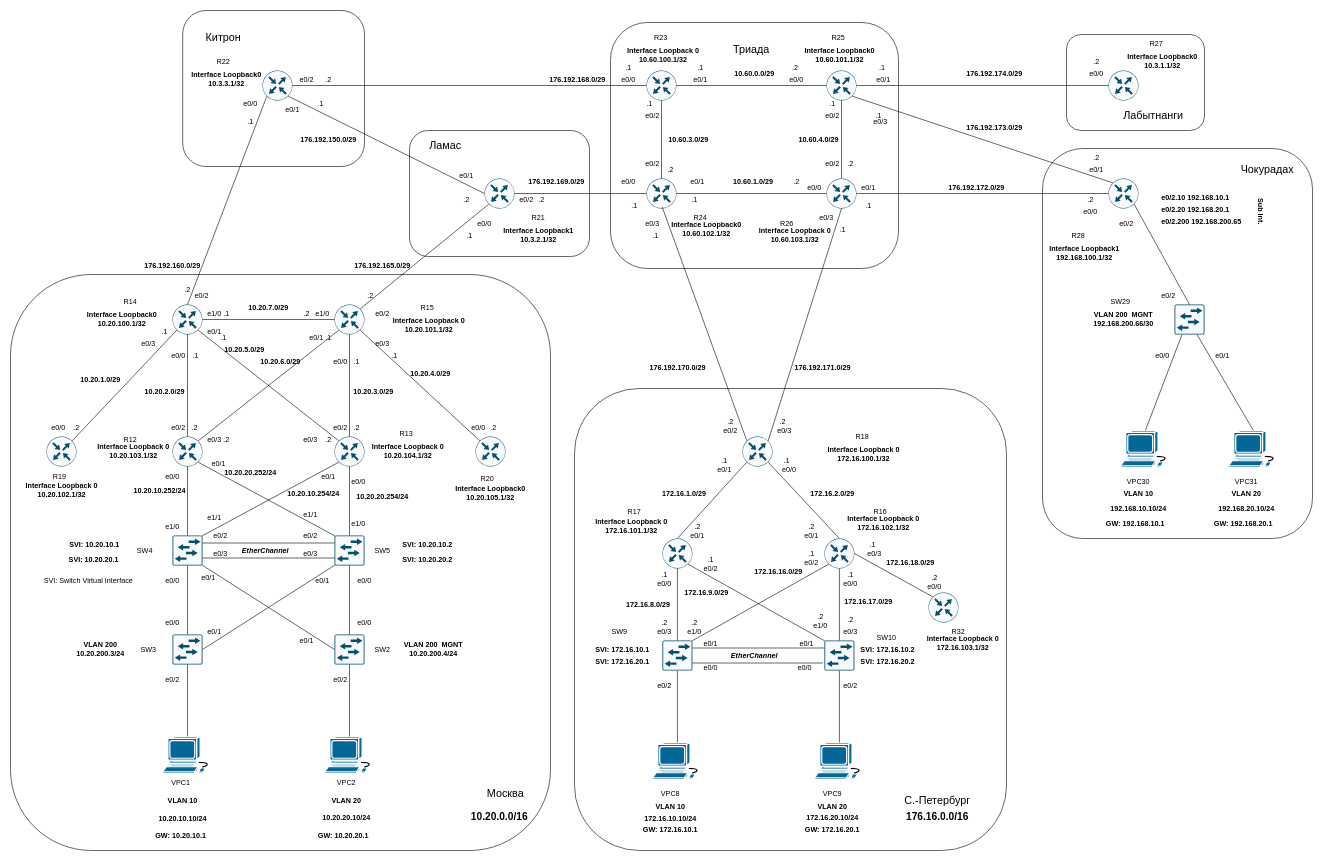
Above: page "Basic IP plan" (1 of 5) of Lab04.drawio in fueller-max/drawio (draw.io), before the change. Source tidied: cells renumbered, new cells numbered last; positions are measured from the earlier drawing's top-left corner, leaving out a move shared by most shapes. Both pictures are drawn from the tidied source at 60%, with x=0, y=0 at pixel (10, 10).
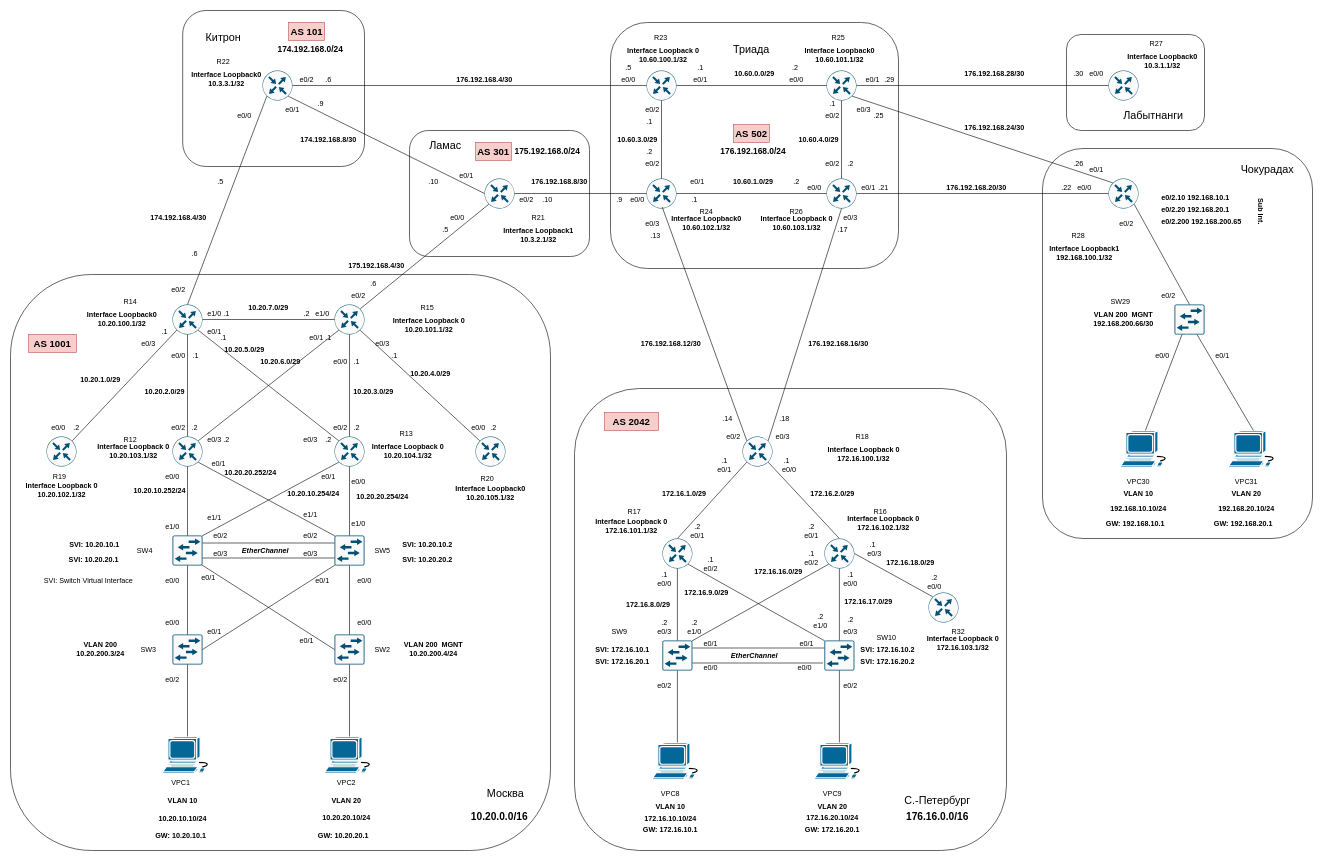
The same page after the edit.

What changed in the source:
```diff
@@
+    <mxCell id="7" style="rounded=1;whiteSpace=wrap;html=1;fillColor=none;" parent="1" vertex="1">
+      <mxGeometry x="665" y="200" width="300" height="210" as="geometry" />
+    </mxCell>
@@
-    <mxCell id="7" style="rounded=1;whiteSpace=wrap;html=1;fillColor=none;" parent="1" vertex="1">
-      <mxGeometry x="665" y="200" width="300" height="210" as="geometry" />
-    </mxCell>
@@
     <mxCell id="102" value="R24" style="text;html=1;align=center;verticalAlign=middle;whiteSpace=wrap;rounded=0;" parent="1" vertex="1">
-      <mxGeometry x="1120" y="330" width="60" height="30" as="geometry" />
+      <mxGeometry x="1130" y="320" width="60" height="30" as="geometry" />
     </mxCell>
     <mxCell id="103" value="R26" style="text;html=1;align=center;verticalAlign=middle;whiteSpace=wrap;rounded=0;" parent="1" vertex="1">
-      <mxGeometry x="1264" y="340" width="60" height="30" as="geometry" />
+      <mxGeometry x="1280" y="320" width="60" height="30" as="geometry" />
     </mxCell>
@@
     <mxCell id="120" value="e0/0" style="text;html=1;align=center;verticalAlign=middle;whiteSpace=wrap;rounded=0;" parent="1" vertex="1">
-      <mxGeometry x="370" y="140" width="60" height="30" as="geometry" />
+      <mxGeometry x="360" y="160" width="60" height="30" as="geometry" />
     </mxCell>
@@
     <mxCell id="123" value="e0/0" style="text;html=1;align=center;verticalAlign=middle;whiteSpace=wrap;rounded=0;" parent="1" vertex="1">
-      <mxGeometry x="760" y="340" width="60" height="30" as="geometry" />
+      <mxGeometry x="715" y="330" width="60" height="30" as="geometry" />
     </mxCell>
@@
     <mxCell id="127" value="e0/0" style="text;html=1;align=center;verticalAlign=middle;whiteSpace=wrap;rounded=0;" parent="1" vertex="1">
-      <mxGeometry x="1000" y="270" width="60" height="30" as="geometry" />
+      <mxGeometry x="1015" y="300" width="60" height="30" as="geometry" />
     </mxCell>
@@
     <mxCell id="133" value="e0/2" style="text;html=1;align=center;verticalAlign=middle;whiteSpace=wrap;rounded=0;" parent="1" vertex="1">
-      <mxGeometry x="1040" y="160" width="60" height="30" as="geometry" />
+      <mxGeometry x="1040" y="150" width="60" height="30" as="geometry" />
     </mxCell>
     <mxCell id="134" value="e0/3" style="text;html=1;align=center;verticalAlign=middle;whiteSpace=wrap;rounded=0;" parent="1" vertex="1">
-      <mxGeometry x="1420" y="170" width="60" height="30" as="geometry" />
+      <mxGeometry x="1392" y="150" width="60" height="30" as="geometry" />
     </mxCell>
@@
     <mxCell id="136" value="e0/1" style="text;html=1;align=center;verticalAlign=middle;whiteSpace=wrap;rounded=0;" parent="1" vertex="1">
-      <mxGeometry x="1425" y="100" width="60" height="30" as="geometry" />
+      <mxGeometry x="1406.5" y="100" width="60" height="30" as="geometry" />
     </mxCell>
@@
     <mxCell id="138" value="e0/3" style="text;html=1;align=center;verticalAlign=middle;whiteSpace=wrap;rounded=0;" parent="1" vertex="1">
-      <mxGeometry x="1330" y="330" width="60" height="30" as="geometry" />
+      <mxGeometry x="1370" y="330" width="60" height="30" as="geometry" />
     </mxCell>
@@
     <mxCell id="147" value="e0/0" style="text;html=1;align=center;verticalAlign=middle;whiteSpace=wrap;rounded=0;" parent="1" vertex="1">
-      <mxGeometry x="1770" y="320" width="60" height="30" as="geometry" />
+      <mxGeometry x="1760" y="280" width="60" height="30" as="geometry" />
     </mxCell>
@@
     <mxCell id="157" value="e0/2" style="text;html=1;align=center;verticalAlign=middle;whiteSpace=wrap;rounded=0;" parent="1" vertex="1">
-      <mxGeometry x="1170" y="686" width="60" height="30" as="geometry" />
+      <mxGeometry x="1175" y="695" width="60" height="30" as="geometry" />
     </mxCell>
     <mxCell id="158" value="e0/3" style="text;html=1;align=center;verticalAlign=middle;whiteSpace=wrap;rounded=0;" parent="1" vertex="1">
-      <mxGeometry x="1260" y="686" width="60" height="30" as="geometry" />
+      <mxGeometry x="1256.5" y="695" width="60" height="30" as="geometry" />
     </mxCell>
@@
     <mxCell id="187" value="e0/2" style="text;html=1;align=center;verticalAlign=middle;whiteSpace=wrap;rounded=0;" parent="1" vertex="1">
-      <mxGeometry x="288.5" y="460" width="60" height="30" as="geometry" />
+      <mxGeometry x="250" y="450" width="60" height="30" as="geometry" />
     </mxCell>
@@
     <mxCell id="197" value="e0/2" style="text;html=1;align=center;verticalAlign=middle;whiteSpace=wrap;rounded=0;" parent="1" vertex="1">
-      <mxGeometry x="590" y="490" width="60" height="30" as="geometry" />
+      <mxGeometry x="550" y="460" width="60" height="30" as="geometry" />
     </mxCell>
@@
-    <mxCell id="225" value="176.192.172.0/29" style="text;html=1;align=center;verticalAlign=middle;whiteSpace=wrap;rounded=0;rotation=0;fontStyle=1;" parent="1" vertex="1">
+    <mxCell id="225" value="176.192.168.20/30" style="text;html=1;align=center;verticalAlign=middle;whiteSpace=wrap;rounded=0;rotation=0;fontStyle=1;" parent="1" vertex="1">
       <mxGeometry x="1580" y="280" width="60" height="30" as="geometry" />
     </mxCell>
-    <mxCell id="226" value="176.192.173.0/29" style="text;html=1;align=center;verticalAlign=middle;whiteSpace=wrap;rounded=0;rotation=0;fontStyle=1;" parent="1" vertex="1">
+    <mxCell id="226" value="176.192.168.24/30" style="text;html=1;align=center;verticalAlign=middle;whiteSpace=wrap;rounded=0;rotation=0;fontStyle=1;" parent="1" vertex="1">
       <mxGeometry x="1610" y="180" width="60" height="30" as="geometry" />
     </mxCell>
@@
     <mxCell id="229" value="10.60.3.0/29" style="text;html=1;align=center;verticalAlign=middle;whiteSpace=wrap;rounded=0;rotation=0;fontStyle=1;" parent="1" vertex="1">
-      <mxGeometry x="1100" y="200" width="60" height="30" as="geometry" />
+      <mxGeometry x="1015" y="200" width="60" height="30" as="geometry" />
     </mxCell>
@@
-    <mxCell id="231" value="176.192.170.0/29" style="text;html=1;align=center;verticalAlign=middle;whiteSpace=wrap;rounded=0;rotation=0;fontStyle=1;" parent="1" vertex="1">
-      <mxGeometry x="1081.5" y="580" width="60" height="30" as="geometry" />
+    <mxCell id="231" value="176.192.168.12/30" style="text;html=1;align=center;verticalAlign=middle;whiteSpace=wrap;rounded=0;rotation=0;fontStyle=1;" parent="1" vertex="1">
+      <mxGeometry x="1071" y="540" width="60" height="30" as="geometry" />
     </mxCell>
-    <mxCell id="232" value="176.192.171.0&lt;span style=&quot;background-color: initial;&quot;&gt;/29&lt;/span&gt;" style="text;html=1;align=center;verticalAlign=middle;whiteSpace=wrap;rounded=0;rotation=0;fontStyle=1;" parent="1" vertex="1">
-      <mxGeometry x="1324" y="580" width="60" height="30" as="geometry" />
+    <mxCell id="232" value="176.192.168.16&lt;span style=&quot;background-color: initial;&quot;&gt;/30&lt;/span&gt;" style="text;html=1;align=center;verticalAlign=middle;whiteSpace=wrap;rounded=0;rotation=0;fontStyle=1;" parent="1" vertex="1">
+      <mxGeometry x="1350" y="540" width="60" height="30" as="geometry" />
     </mxCell>
-    <mxCell id="233" value="176.192.168.0/29" style="text;html=1;align=center;verticalAlign=middle;whiteSpace=wrap;rounded=0;rotation=0;fontStyle=1;" parent="1" vertex="1">
-      <mxGeometry x="915" y="100" width="60" height="30" as="geometry" />
+    <mxCell id="233" value="176.192.168.4/30" style="text;html=1;align=center;verticalAlign=middle;whiteSpace=wrap;rounded=0;rotation=0;fontStyle=1;" parent="1" vertex="1">
+      <mxGeometry x="760" y="100" width="60" height="30" as="geometry" />
     </mxCell>
-    <mxCell id="234" value="176.192.169.0/29" style="text;html=1;align=center;verticalAlign=middle;whiteSpace=wrap;rounded=0;rotation=0;fontStyle=1;" parent="1" vertex="1">
-      <mxGeometry x="880" y="270" width="60" height="30" as="geometry" />
-    </mxCell>
-    <mxCell id="235" value="176.192.174.0/29" style="text;html=1;align=center;verticalAlign=middle;whiteSpace=wrap;rounded=0;rotation=0;fontStyle=1;" parent="1" vertex="1">
+    <mxCell id="235" value="176.192.168.28/30" style="text;html=1;align=center;verticalAlign=middle;whiteSpace=wrap;rounded=0;rotation=0;fontStyle=1;" parent="1" vertex="1">
       <mxGeometry x="1610" y="90" width="60" height="30" as="geometry" />
     </mxCell>
@@
-    <mxCell id="238" value="176.192.160.0/29" style="text;html=1;align=center;verticalAlign=middle;whiteSpace=wrap;rounded=0;rotation=0;fontStyle=1;" parent="1" vertex="1">
-      <mxGeometry x="240" y="410" width="60" height="30" as="geometry" />
+    <mxCell id="238" value="174.192.168.4/30" style="text;html=1;align=center;verticalAlign=middle;whiteSpace=wrap;rounded=0;rotation=0;fontStyle=1;" parent="1" vertex="1">
+      <mxGeometry x="250" y="330" width="60" height="30" as="geometry" />
     </mxCell>
-    <mxCell id="239" value="176.192.165.0/29" style="text;html=1;align=center;verticalAlign=middle;whiteSpace=wrap;rounded=0;rotation=0;fontStyle=1;" parent="1" vertex="1">
-      <mxGeometry x="590" y="410" width="60" height="30" as="geometry" />
+    <mxCell id="239" value="175.192.168.4/30" style="text;html=1;align=center;verticalAlign=middle;whiteSpace=wrap;rounded=0;rotation=0;fontStyle=1;" parent="1" vertex="1">
+      <mxGeometry x="580" y="410" width="60" height="30" as="geometry" />
     </mxCell>
@@
-    <mxCell id="246" value="176.192.150.0/29" style="text;html=1;align=center;verticalAlign=middle;whiteSpace=wrap;rounded=0;rotation=0;fontStyle=1;" parent="1" vertex="1">
+    <mxCell id="246" value="174.192.168.8/30" style="text;html=1;align=center;verticalAlign=middle;whiteSpace=wrap;rounded=0;rotation=0;fontStyle=1;" parent="1" vertex="1">
       <mxGeometry x="500" y="200" width="60" height="30" as="geometry" />
     </mxCell>
@@
     <mxCell id="261" value="Interface Loopback0&lt;div&gt;10.60.102.1/32&lt;/div&gt;" style="text;html=1;align=center;verticalAlign=middle;whiteSpace=wrap;rounded=0;fontStyle=1;" parent="1" vertex="1">
-      <mxGeometry x="1100" y="350" width="120" height="30" as="geometry" />
+      <mxGeometry x="1100" y="340" width="120" height="30" as="geometry" />
     </mxCell>
     <mxCell id="262" value="Interface Loopback 0&lt;div&gt;10.60.103.1/32&lt;/div&gt;" style="text;html=1;align=center;verticalAlign=middle;whiteSpace=wrap;rounded=0;fontStyle=1;" parent="1" vertex="1">
-      <mxGeometry x="1245" y="360" width="125" height="30" as="geometry" />
+      <mxGeometry x="1247.5" y="340" width="125" height="30" as="geometry" />
     </mxCell>
@@
-    <mxCell id="289" value=".2" style="text;html=1;align=center;verticalAlign=middle;whiteSpace=wrap;rounded=0;" parent="1" vertex="1">
-      <mxGeometry x="570" y="460" width="60" height="30" as="geometry" />
+    <mxCell id="289" value=".6" style="text;html=1;align=center;verticalAlign=middle;whiteSpace=wrap;rounded=0;" parent="1" vertex="1">
+      <mxGeometry x="575" y="440" width="60" height="30" as="geometry" />
     </mxCell>
@@
-    <mxCell id="298" value=".2" style="text;html=1;align=center;verticalAlign=middle;whiteSpace=wrap;rounded=0;" parent="1" vertex="1">
-      <mxGeometry x="1780" y="230" width="60" height="30" as="geometry" />
+    <mxCell id="298" value=".26" style="text;html=1;align=center;verticalAlign=middle;whiteSpace=wrap;rounded=0;" parent="1" vertex="1">
+      <mxGeometry x="1750" y="240" width="60" height="30" as="geometry" />
     </mxCell>
-    <mxCell id="299" value=".2" style="text;html=1;align=center;verticalAlign=middle;whiteSpace=wrap;rounded=0;" parent="1" vertex="1">
-      <mxGeometry x="1770" y="300" width="60" height="30" as="geometry" />
+    <mxCell id="299" value=".22" style="text;html=1;align=center;verticalAlign=middle;whiteSpace=wrap;rounded=0;" parent="1" vertex="1">
+      <mxGeometry x="1730" y="280" width="60" height="30" as="geometry" />
     </mxCell>
-    <mxCell id="300" value=".2" style="text;html=1;align=center;verticalAlign=middle;whiteSpace=wrap;rounded=0;" parent="1" vertex="1">
-      <mxGeometry x="265" y="450" width="60" height="30" as="geometry" />
+    <mxCell id="300" value=".6" style="text;html=1;align=center;verticalAlign=middle;whiteSpace=wrap;rounded=0;" parent="1" vertex="1">
+      <mxGeometry x="276.5" y="390" width="60" height="30" as="geometry" />
     </mxCell>
@@
     <mxCell id="313" value=".2" style="text;html=1;align=center;verticalAlign=middle;whiteSpace=wrap;rounded=0;" parent="1" vertex="1">
-      <mxGeometry x="1070" y="250" width="60" height="30" as="geometry" />
+      <mxGeometry x="1035" y="220" width="60" height="30" as="geometry" />
     </mxCell>
-    <mxCell id="314" value=".1" style="text;html=1;align=center;verticalAlign=middle;whiteSpace=wrap;rounded=0;" parent="1" vertex="1">
-      <mxGeometry x="735" y="360" width="60" height="30" as="geometry" />
+    <mxCell id="314" value=".5" style="text;html=1;align=center;verticalAlign=middle;whiteSpace=wrap;rounded=0;" parent="1" vertex="1">
+      <mxGeometry x="695" y="350" width="60" height="30" as="geometry" />
     </mxCell>
@@
     <mxCell id="318" value=".1" style="text;html=1;align=center;verticalAlign=middle;whiteSpace=wrap;rounded=0;" parent="1" vertex="1">
-      <mxGeometry x="1035" y="140" width="60" height="30" as="geometry" />
+      <mxGeometry x="1035" y="170" width="60" height="30" as="geometry" />
     </mxCell>
-    <mxCell id="319" value=".1" style="text;html=1;align=center;verticalAlign=middle;whiteSpace=wrap;rounded=0;" parent="1" vertex="1">
+    <mxCell id="319" value=".5" style="text;html=1;align=center;verticalAlign=middle;whiteSpace=wrap;rounded=0;" parent="1" vertex="1">
       <mxGeometry x="1000" y="80" width="60" height="30" as="geometry" />
     </mxCell>
@@
-    <mxCell id="322" value=".1" style="text;html=1;align=center;verticalAlign=middle;whiteSpace=wrap;rounded=0;" parent="1" vertex="1">
+    <mxCell id="322" value=".13" style="text;html=1;align=center;verticalAlign=middle;whiteSpace=wrap;rounded=0;" parent="1" vertex="1">
       <mxGeometry x="1045" y="360" width="60" height="30" as="geometry" />
     </mxCell>
-    <mxCell id="323" value=".1" style="text;html=1;align=center;verticalAlign=middle;whiteSpace=wrap;rounded=0;" parent="1" vertex="1">
+    <mxCell id="323" value=".17" style="text;html=1;align=center;verticalAlign=middle;whiteSpace=wrap;rounded=0;" parent="1" vertex="1">
       <mxGeometry x="1356.5" y="350" width="60" height="30" as="geometry" />
     </mxCell>
-    <mxCell id="324" value=".1" style="text;html=1;align=center;verticalAlign=middle;whiteSpace=wrap;rounded=0;" parent="1" vertex="1">
-      <mxGeometry x="1400" y="310" width="60" height="30" as="geometry" />
+    <mxCell id="324" value=".21" style="text;html=1;align=center;verticalAlign=middle;whiteSpace=wrap;rounded=0;" parent="1" vertex="1">
+      <mxGeometry x="1425" y="280" width="60" height="30" as="geometry" />
     </mxCell>
-    <mxCell id="325" value=".1" style="text;html=1;align=center;verticalAlign=middle;whiteSpace=wrap;rounded=0;" parent="1" vertex="1">
-      <mxGeometry x="1423" y="80" width="60" height="30" as="geometry" />
+    <mxCell id="325" value=".29" style="text;html=1;align=center;verticalAlign=middle;whiteSpace=wrap;rounded=0;" parent="1" vertex="1">
+      <mxGeometry x="1435" y="100" width="60" height="30" as="geometry" />
     </mxCell>
-    <mxCell id="326" value=".1" style="text;html=1;align=center;verticalAlign=middle;whiteSpace=wrap;rounded=0;" parent="1" vertex="1">
+    <mxCell id="326" value=".25" style="text;html=1;align=center;verticalAlign=middle;whiteSpace=wrap;rounded=0;" parent="1" vertex="1">
       <mxGeometry x="1416.5" y="160" width="60" height="30" as="geometry" />
     </mxCell>
@@
-    <mxCell id="328" value=".1" style="text;html=1;align=center;verticalAlign=middle;whiteSpace=wrap;rounded=0;" parent="1" vertex="1">
-      <mxGeometry x="1010" y="310" width="60" height="30" as="geometry" />
+    <mxCell id="328" value=".9" style="text;html=1;align=center;verticalAlign=middle;whiteSpace=wrap;rounded=0;" parent="1" vertex="1">
+      <mxGeometry x="985" y="300" width="60" height="30" as="geometry" />
     </mxCell>
-    <mxCell id="329" value=".2" style="text;html=1;align=center;verticalAlign=middle;whiteSpace=wrap;rounded=0;" parent="1" vertex="1">
-      <mxGeometry x="855" y="300" width="60" height="30" as="geometry" />
+    <mxCell id="329" value=".10" style="text;html=1;align=center;verticalAlign=middle;whiteSpace=wrap;rounded=0;" parent="1" vertex="1">
+      <mxGeometry x="865" y="300" width="60" height="30" as="geometry" />
     </mxCell>
-    <mxCell id="330" value=".2" style="text;html=1;align=center;verticalAlign=middle;whiteSpace=wrap;rounded=0;" parent="1" vertex="1">
-      <mxGeometry x="730" y="300" width="60" height="30" as="geometry" />
+    <mxCell id="330" value=".10" style="text;html=1;align=center;verticalAlign=middle;whiteSpace=wrap;rounded=0;" parent="1" vertex="1">
+      <mxGeometry x="675" y="270" width="60" height="30" as="geometry" />
     </mxCell>
-    <mxCell id="331" value=".1" style="text;html=1;align=center;verticalAlign=middle;whiteSpace=wrap;rounded=0;" parent="1" vertex="1">
+    <mxCell id="331" value=".9" style="text;html=1;align=center;verticalAlign=middle;whiteSpace=wrap;rounded=0;" parent="1" vertex="1">
       <mxGeometry x="486.5" y="140" width="60" height="30" as="geometry" />
     </mxCell>
-    <mxCell id="332" value=".2" style="text;html=1;align=center;verticalAlign=middle;whiteSpace=wrap;rounded=0;" parent="1" vertex="1">
+    <mxCell id="332" value=".6" style="text;html=1;align=center;verticalAlign=middle;whiteSpace=wrap;rounded=0;" parent="1" vertex="1">
       <mxGeometry x="500" y="100" width="60" height="30" as="geometry" />
     </mxCell>
-    <mxCell id="333" value=".1" style="text;html=1;align=center;verticalAlign=middle;whiteSpace=wrap;rounded=0;" parent="1" vertex="1">
-      <mxGeometry x="370" y="170" width="60" height="30" as="geometry" />
+    <mxCell id="333" value=".5" style="text;html=1;align=center;verticalAlign=middle;whiteSpace=wrap;rounded=0;" parent="1" vertex="1">
+      <mxGeometry x="320" y="270" width="60" height="30" as="geometry" />
     </mxCell>
@@
-    <mxCell id="348" value=".2" style="text;html=1;align=center;verticalAlign=middle;whiteSpace=wrap;rounded=0;" parent="1" vertex="1">
-      <mxGeometry x="1256.5" y="670" width="60" height="30" as="geometry" />
+    <mxCell id="348" value=".18" style="text;html=1;align=center;verticalAlign=middle;whiteSpace=wrap;rounded=0;" parent="1" vertex="1">
+      <mxGeometry x="1260" y="665" width="60" height="30" as="geometry" />
     </mxCell>
-    <mxCell id="349" value=".2" style="text;html=1;align=center;verticalAlign=middle;whiteSpace=wrap;rounded=0;" parent="1" vertex="1">
-      <mxGeometry x="1170" y="670" width="60" height="30" as="geometry" />
+    <mxCell id="349" value=".14" style="text;html=1;align=center;verticalAlign=middle;whiteSpace=wrap;rounded=0;" parent="1" vertex="1">
+      <mxGeometry x="1165" y="665" width="60" height="30" as="geometry" />
     </mxCell>
-    <mxCell id="350" value=".2" style="text;html=1;align=center;verticalAlign=middle;whiteSpace=wrap;rounded=0;" parent="1" vertex="1">
-      <mxGeometry x="1780" y="70" width="60" height="30" as="geometry" />
+    <mxCell id="350" value=".30" style="text;html=1;align=center;verticalAlign=middle;whiteSpace=wrap;rounded=0;" parent="1" vertex="1">
+      <mxGeometry x="1750" y="90" width="60" height="30" as="geometry" />
     </mxCell>
@@
+    <mxCell id="358" value="&lt;b&gt;&lt;font style=&quot;font-size: 16px;&quot;&gt;AS 301&lt;/font&gt;&lt;/b&gt;" style="text;html=1;align=center;verticalAlign=middle;whiteSpace=wrap;rounded=0;fillColor=#f8cecc;strokeColor=#b85450;" parent="1" vertex="1">
+      <mxGeometry x="775" y="220" width="60" height="30" as="geometry" />
+    </mxCell>
+    <mxCell id="359" value="&lt;b&gt;&lt;font style=&quot;font-size: 16px;&quot;&gt;AS 101&lt;/font&gt;&lt;/b&gt;" style="text;html=1;align=center;verticalAlign=middle;whiteSpace=wrap;rounded=0;fillColor=#f8cecc;strokeColor=#b85450;" parent="1" vertex="1">
+      <mxGeometry x="463.5" y="20" width="60" height="30" as="geometry" />
+    </mxCell>
+    <mxCell id="360" value="&lt;b&gt;&lt;font style=&quot;font-size: 16px;&quot;&gt;AS 502&lt;/font&gt;&lt;/b&gt;" style="text;html=1;align=center;verticalAlign=middle;whiteSpace=wrap;rounded=0;fillColor=#f8cecc;strokeColor=#b85450;" parent="1" vertex="1">
+      <mxGeometry x="1205" y="190" width="60" height="30" as="geometry" />
+    </mxCell>
+    <mxCell id="361" value="&lt;b&gt;&lt;font style=&quot;font-size: 16px;&quot;&gt;AS 2042&lt;/font&gt;&lt;/b&gt;" style="text;html=1;align=center;verticalAlign=middle;whiteSpace=wrap;rounded=0;fillColor=#f8cecc;strokeColor=#b85450;" parent="1" vertex="1">
+      <mxGeometry x="990" y="670" width="90" height="30" as="geometry" />
+    </mxCell>
+    <mxCell id="362" value="&lt;b&gt;&lt;font style=&quot;font-size: 16px;&quot;&gt;AS 1001&lt;/font&gt;&lt;/b&gt;" style="text;html=1;align=center;verticalAlign=middle;whiteSpace=wrap;rounded=0;fillColor=#f8cecc;strokeColor=#b85450;" parent="1" vertex="1">
+      <mxGeometry x="30" y="540" width="80" height="30" as="geometry" />
+    </mxCell>
+    <mxCell id="363" value="&lt;font style=&quot;font-size: 14px;&quot;&gt;176.192.168.0/24&lt;/font&gt;" style="text;html=1;align=center;verticalAlign=middle;whiteSpace=wrap;rounded=0;fontStyle=1;" parent="1" vertex="1">
+      <mxGeometry x="1208" y="220" width="60" height="30" as="geometry" />
+    </mxCell>
+    <mxCell id="364" value="&lt;font style=&quot;font-size: 14px;&quot;&gt;175.192.168.0/24&lt;/font&gt;" style="text;html=1;align=center;verticalAlign=middle;whiteSpace=wrap;rounded=0;fontStyle=1;" parent="1" vertex="1">
+      <mxGeometry x="865" y="220" width="60" height="30" as="geometry" />
+    </mxCell>
+    <mxCell id="365" value="&lt;font style=&quot;font-size: 14px;&quot;&gt;174.192.168.0/24&lt;/font&gt;" style="text;html=1;align=center;verticalAlign=middle;whiteSpace=wrap;rounded=0;fontStyle=1;" parent="1" vertex="1">
+      <mxGeometry x="470" y="50" width="60" height="30" as="geometry" />
+    </mxCell>
+    <mxCell id="234" value="176.192.168.8/30" style="text;html=1;align=center;verticalAlign=middle;whiteSpace=wrap;rounded=0;rotation=0;fontStyle=1;" parent="1" vertex="1">
+      <mxGeometry x="885" y="270" width="60" height="30" as="geometry" />
+    </mxCell>
```
